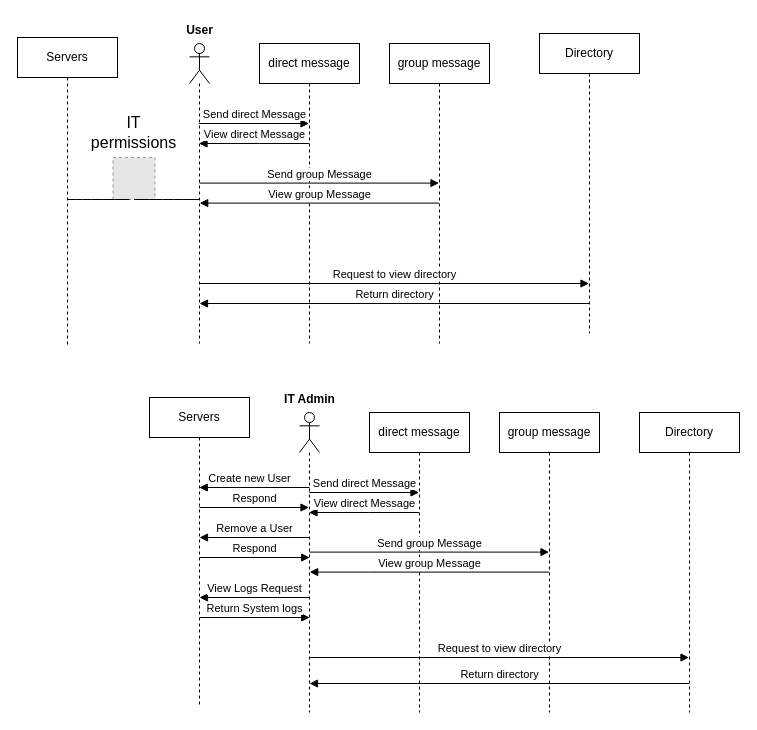
The draw.io diagram page "Page-2" (5 of 5) of Use_Case_Diagram/Use_Case_Diagram.drawio in Derion12/CS401_Communication_Project_Sp24, before the edit. Source tidied: cells renumbered, new cells numbered last; positions are measured from the earlier drawing's top-left corner, leaving out a move shared by most shapes. Both pictures are drawn from the tidied source at 100%, with x=0, y=0 at pixel (17, 17). Pictures stored in the file or linked from it are replaced by grey dashed boxes.
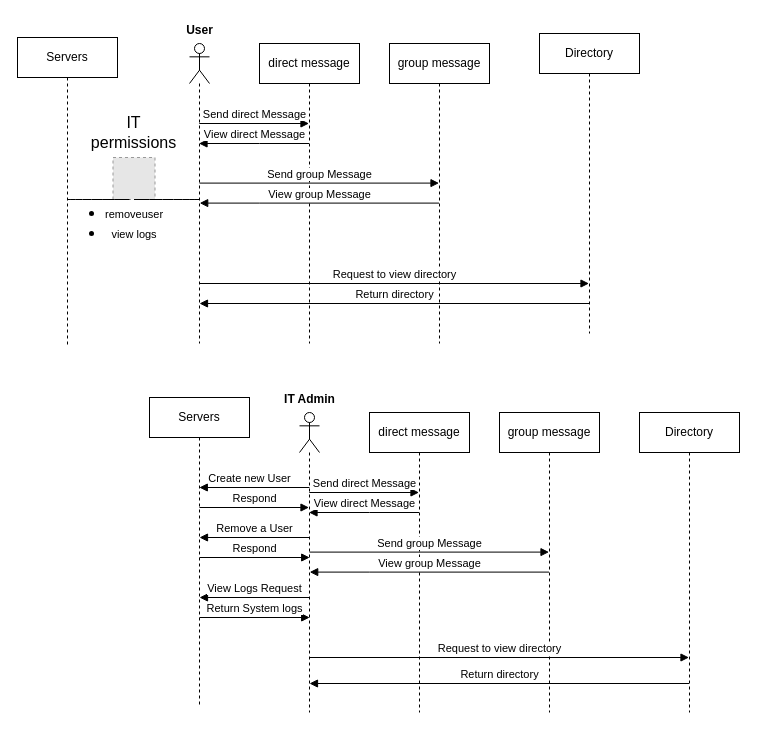
The same page after the edit.

Change to the diagram source:
```diff
@@
+    <mxCell id="37" value="&lt;ul&gt;&lt;li&gt;&lt;font style=&quot;font-size: 11px;&quot;&gt;removeuser&lt;/font&gt;&lt;/li&gt;&lt;li&gt;&lt;font style=&quot;font-size: 11px;&quot;&gt;view logs&lt;/font&gt;&lt;/li&gt;&lt;/ul&gt;" style="text;html=1;align=center;verticalAlign=middle;whiteSpace=wrap;rounded=0;fontSize=16;" parent="1" vertex="1">
+      <mxGeometry x="52" y="190" width="90" height="30" as="geometry" />
+    </mxCell>
```
